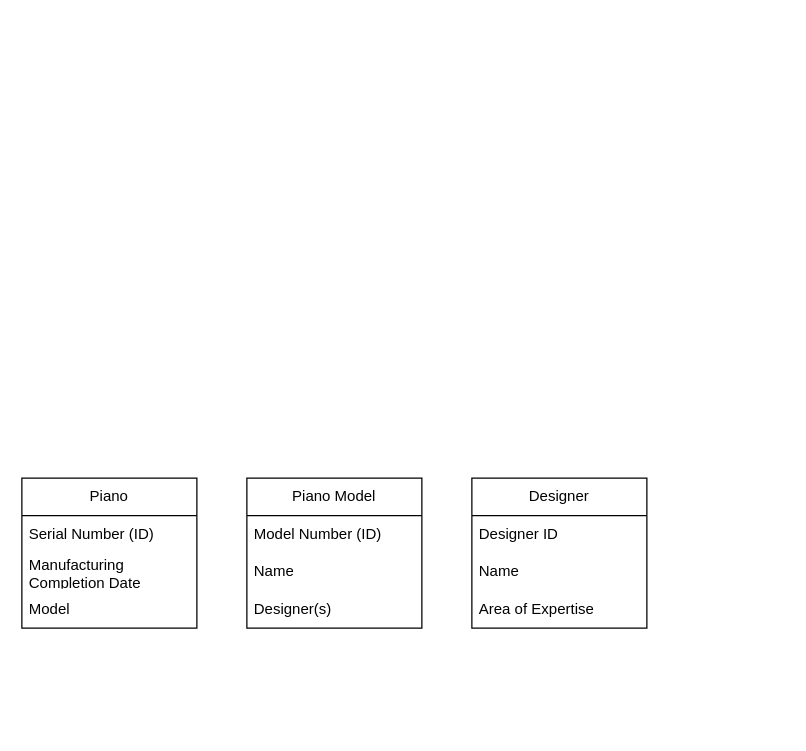
Before: page "Problem 2" (2 of 2) of Jan29.drawio in robeeds/is380-drawio, a draw.io diagram. Source tidied: cells renumbered, new cells numbered last; positions are measured from the earlier drawing's top-left corner, leaving out a move shared by most shapes. Both pictures are drawn from the tidied source at 125%, with x=0, y=0 at pixel (21, 478).
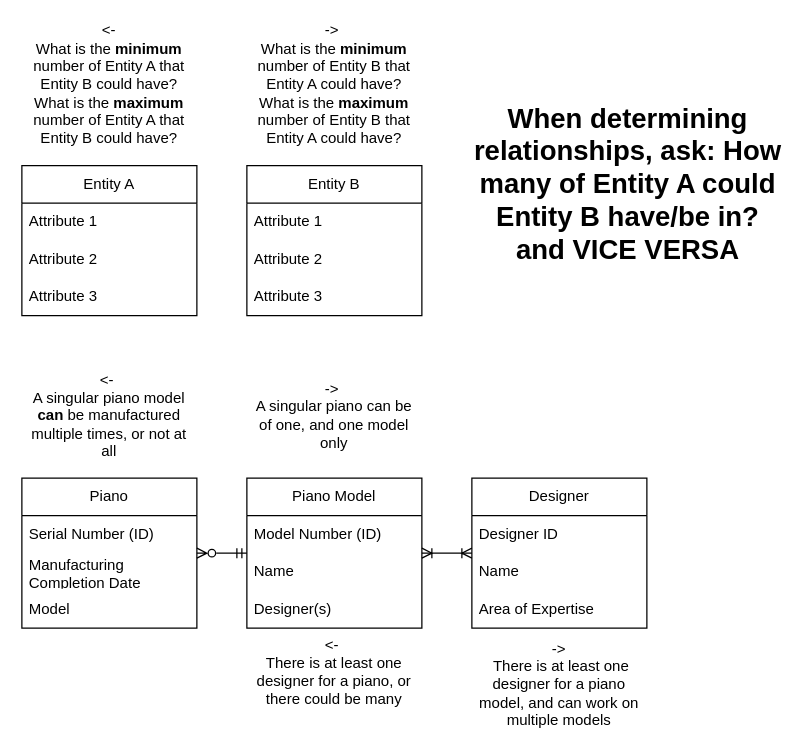
Above is the later version.

The change refers to these unchanged cells:
```xml
<mxCell id="2" value="Piano" style="swimlane;fontStyle=0;horizontal=1;startSize=30;whiteSpace=wrap;html=1;" parent="1" vertex="1">
  <mxGeometry width="140" height="120" as="geometry" />
</mxCell>
<mxCell id="6" value="Piano Model" style="swimlane;fontStyle=0;horizontal=1;startSize=30;whiteSpace=wrap;html=1;" parent="1" vertex="1">
  <mxGeometry x="180" width="140" height="120" as="geometry" />
</mxCell>
<mxCell id="10" value="Designer" style="swimlane;fontStyle=0;horizontal=1;startSize=30;whiteSpace=wrap;html=1;" parent="1" vertex="1">
  <mxGeometry x="360" width="140" height="120" as="geometry" />
</mxCell>
```

Change to the diagram source:
```diff
@@
+    <mxCell id="14" style="edgeStyle=orthogonalEdgeStyle;rounded=0;jettySize=auto;html=1;endArrow=ERmandOne;endFill=0;startArrow=ERzeroToMany;startFill=0;" parent="1" edge="1" source="2" target="6">
+      <mxGeometry relative="1" as="geometry" />
+    </mxCell>
@@
+    <mxCell id="15" style="edgeStyle=orthogonalEdgeStyle;rounded=0;jettySize=auto;html=1;endArrow=ERoneToMany;endFill=0;startArrow=ERoneToMany;startFill=0;" parent="1" edge="1" source="6" target="10">
+      <mxGeometry relative="1" as="geometry" />
+    </mxCell>
@@
+    <mxCell id="16" value="-&amp;gt;&amp;nbsp;&lt;div&gt;A singular piano can be of one, and one model only&lt;/div&gt;" style="text;html=1;align=center;verticalAlign=middle;whiteSpace=wrap;rounded=0;" parent="1" vertex="1">
+      <mxGeometry x="180" y="-65" width="140" height="30" as="geometry" />
+    </mxCell>
+    <mxCell id="17" value="&amp;lt;-&amp;nbsp;&lt;div&gt;A singular piano model &lt;b&gt;can &lt;/b&gt;be manufactured multiple times, or not at all&lt;/div&gt;" style="text;html=1;align=center;verticalAlign=middle;whiteSpace=wrap;rounded=0;" parent="1" vertex="1">
+      <mxGeometry y="-70" width="140" height="40" as="geometry" />
+    </mxCell>
+    <mxCell id="18" value="&amp;lt;-&amp;nbsp;&lt;div&gt;There is at least one designer for a piano, or there could be many&lt;/div&gt;" style="text;html=1;align=center;verticalAlign=middle;whiteSpace=wrap;rounded=0;" parent="1" vertex="1">
+      <mxGeometry x="180" y="140" width="140" height="30" as="geometry" />
+    </mxCell>
+    <mxCell id="19" value="-&amp;gt;&lt;div&gt;&amp;nbsp;There is at least one designer for a piano model, and can work on multiple models&lt;/div&gt;" style="text;html=1;align=center;verticalAlign=middle;whiteSpace=wrap;rounded=0;" parent="1" vertex="1">
+      <mxGeometry x="360" y="150" width="140" height="30" as="geometry" />
+    </mxCell>
+    <mxCell id="20" value="Entity A" style="swimlane;fontStyle=0;horizontal=1;startSize=30;whiteSpace=wrap;html=1;" parent="1" vertex="1">
+      <mxGeometry y="-250" width="140" height="120" as="geometry" />
+    </mxCell>
+    <mxCell id="21" value="Attribute 1" style="text;strokeColor=none;fillColor=none;align=left;verticalAlign=middle;spacingLeft=4;spacingRight=4;overflow=hidden;whiteSpace=wrap;html=1;" parent="20" vertex="1">
+      <mxGeometry y="30" width="140" height="30" as="geometry" />
+    </mxCell>
+    <mxCell id="22" value="Attribute 2" style="text;strokeColor=none;fillColor=none;align=left;verticalAlign=middle;spacingLeft=4;spacingRight=4;overflow=hidden;whiteSpace=wrap;html=1;" parent="20" vertex="1">
+      <mxGeometry y="60" width="140" height="30" as="geometry" />
+    </mxCell>
+    <mxCell id="23" value="Attribute 3" style="text;strokeColor=none;fillColor=none;align=left;verticalAlign=middle;spacingLeft=4;spacingRight=4;overflow=hidden;whiteSpace=wrap;html=1;" parent="20" vertex="1">
+      <mxGeometry y="90" width="140" height="30" as="geometry" />
+    </mxCell>
+    <mxCell id="24" value="Entity B" style="swimlane;fontStyle=0;horizontal=1;startSize=30;whiteSpace=wrap;html=1;" parent="1" vertex="1">
+      <mxGeometry x="180" y="-250" width="140" height="120" as="geometry" />
+    </mxCell>
+    <mxCell id="25" value="Attribute 1" style="text;strokeColor=none;fillColor=none;align=left;verticalAlign=middle;spacingLeft=4;spacingRight=4;overflow=hidden;whiteSpace=wrap;html=1;" parent="24" vertex="1">
+      <mxGeometry y="30" width="140" height="30" as="geometry" />
+    </mxCell>
+    <mxCell id="26" value="Attribute 2" style="text;strokeColor=none;fillColor=none;align=left;verticalAlign=middle;spacingLeft=4;spacingRight=4;overflow=hidden;whiteSpace=wrap;html=1;" parent="24" vertex="1">
+      <mxGeometry y="60" width="140" height="30" as="geometry" />
+    </mxCell>
+    <mxCell id="27" value="Attribute 3" style="text;strokeColor=none;fillColor=none;align=left;verticalAlign=middle;spacingLeft=4;spacingRight=4;overflow=hidden;whiteSpace=wrap;html=1;" parent="24" vertex="1">
+      <mxGeometry y="90" width="140" height="30" as="geometry" />
+    </mxCell>
+    <mxCell id="28" value="-&amp;gt;&amp;nbsp;&lt;div&gt;What is the &lt;b&gt;minimum &lt;/b&gt;number of Entity B that Entity A could have?&lt;/div&gt;&lt;div&gt;What is the &lt;b&gt;maximum &lt;/b&gt;number of Entity B that Entity A could have?&lt;/div&gt;" style="text;html=1;align=center;verticalAlign=middle;whiteSpace=wrap;rounded=0;" parent="1" vertex="1">
+      <mxGeometry x="180" y="-330" width="140" height="30" as="geometry" />
+    </mxCell>
+    <mxCell id="29" value="&lt;b&gt;&lt;font style=&quot;font-size: 22px;&quot;&gt;When determining relationships, ask: How many of Entity A could Entity B have/be in? and VICE VERSA&lt;/font&gt;&lt;/b&gt;" style="text;html=1;align=center;verticalAlign=middle;whiteSpace=wrap;rounded=0;" parent="1" vertex="1">
+      <mxGeometry x="360" y="-250" width="250" height="30" as="geometry" />
+    </mxCell>
+    <mxCell id="30" value="&amp;lt;-&lt;br&gt;&lt;div&gt;What is the &lt;b&gt;minimum &lt;/b&gt;number of Entity A that Entity B could have?&lt;/div&gt;&lt;div&gt;What is the &lt;b&gt;maximum &lt;/b&gt;number of Entity A that Entity B could have?&lt;/div&gt;" style="text;html=1;align=center;verticalAlign=middle;whiteSpace=wrap;rounded=0;" parent="1" vertex="1">
+      <mxGeometry y="-330" width="140" height="30" as="geometry" />
+    </mxCell>
```
